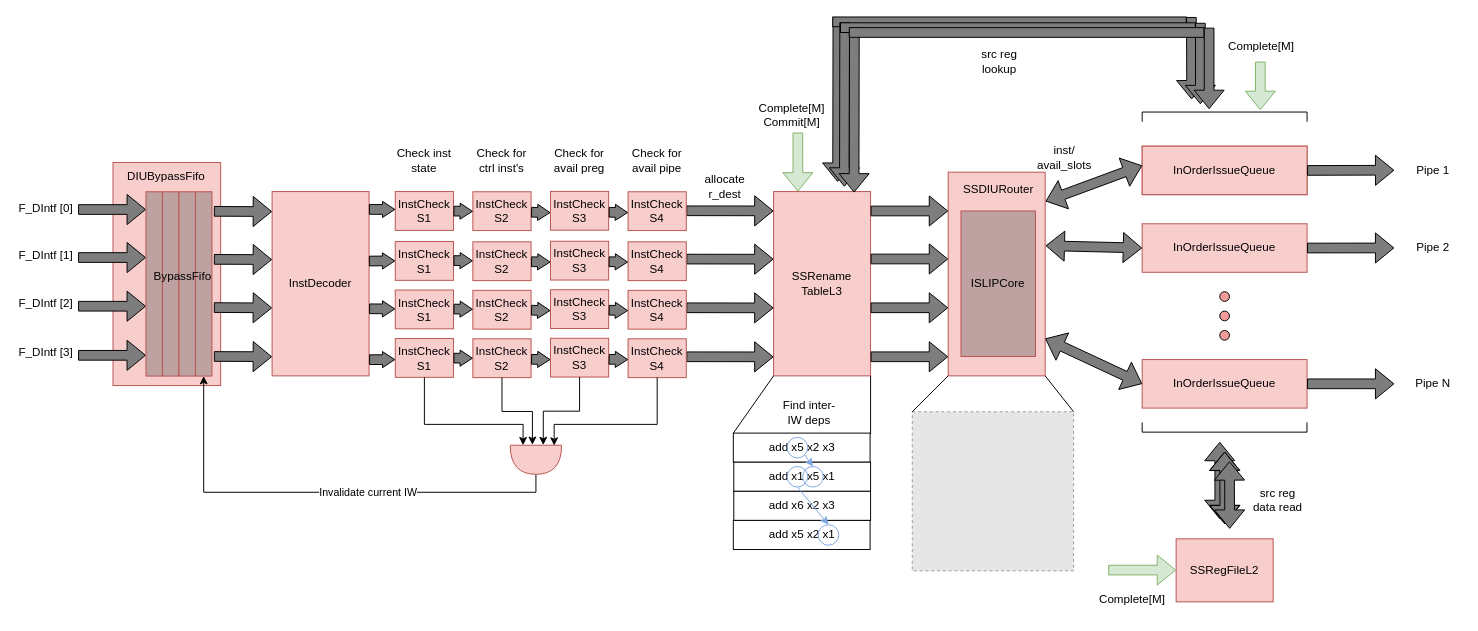
Above: docs/units/img/DecodeIssueUnitL8.drawio in cornell-brg/blimp (draw.io), before the change. Source tidied: cells renumbered, new cells numbered last; positions are measured from the earlier drawing's top-left corner, leaving out a move shared by most shapes. Both pictures are drawn from the tidied source at 97%, with x=0, y=0 at pixel (16, 16). Pictures stored in the file or linked from it are replaced by grey dashed boxes.
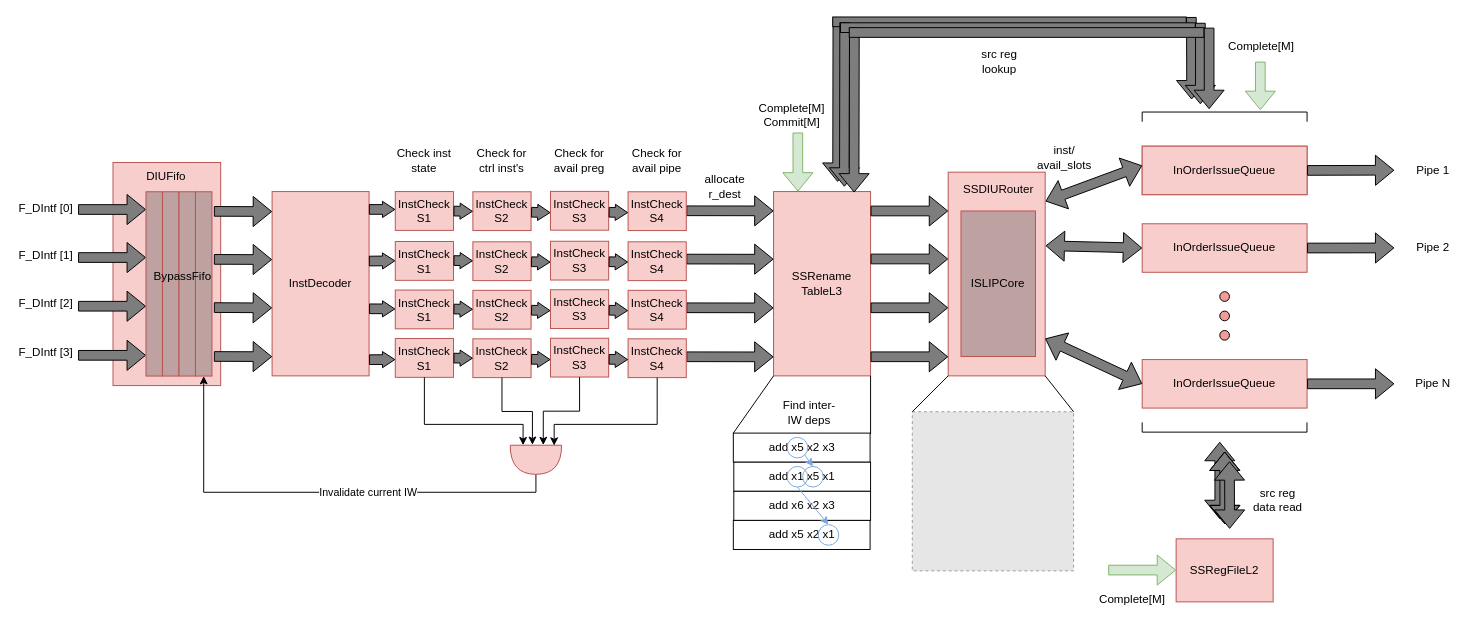
After the change.

Change to the diagram source:
```diff
@@
-    <mxCell id="46" value="DIUBypassFifo" style="text;html=1;whiteSpace=wrap;strokeColor=none;fillColor=none;align=center;verticalAlign=middle;rounded=0;" parent="1" vertex="1">
+    <mxCell id="46" value="DIUFifo" style="text;html=1;whiteSpace=wrap;strokeColor=none;fillColor=none;align=center;verticalAlign=middle;rounded=0;" parent="1" vertex="1">
       <mxGeometry x="124" y="150.2" width="60" height="30" as="geometry" />
     </mxCell>
```
